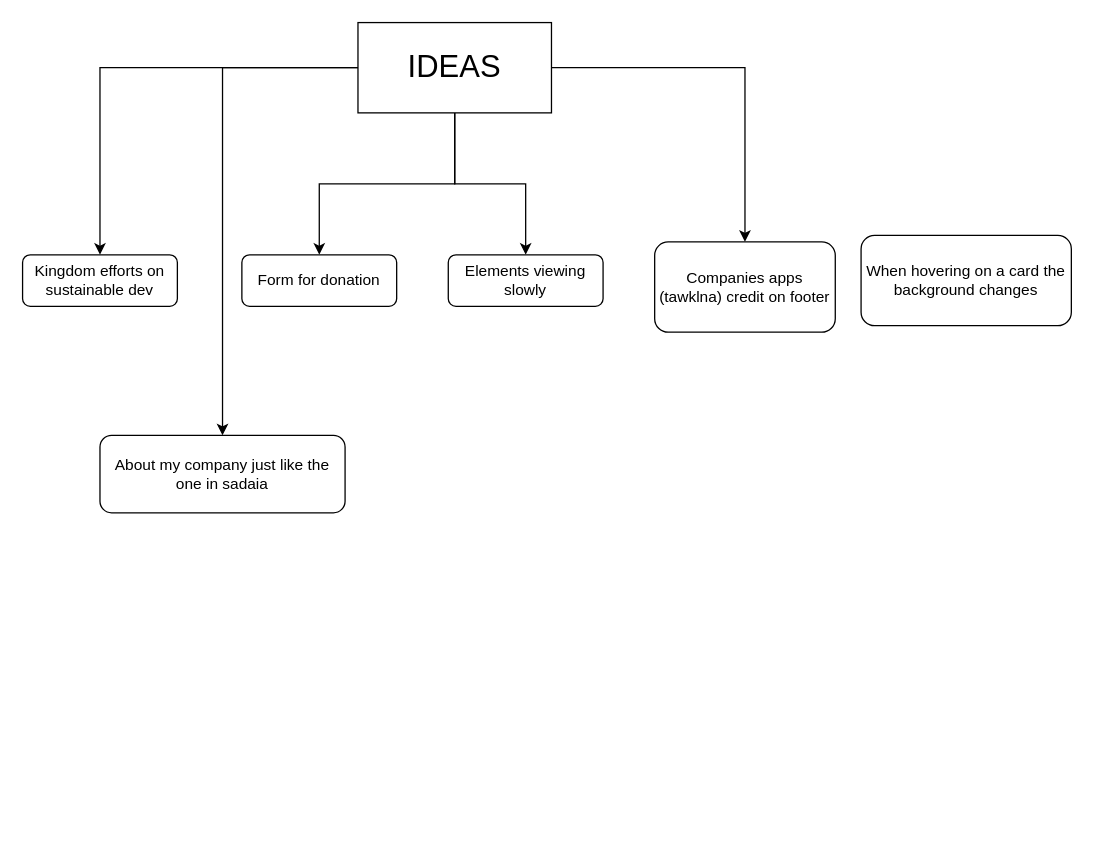
TruuV9/Sustainable-Devleopment keeps this draw.io diagram as Untitled Diagram.drawio. Above is the earlier version. Source tidied: cells renumbered, new cells numbered last; positions are measured from the earlier drawing's top-left corner, leaving out a move shared by most shapes. Both pictures are drawn from the tidied source at 129%, with x=0, y=0 at pixel (22, 22).
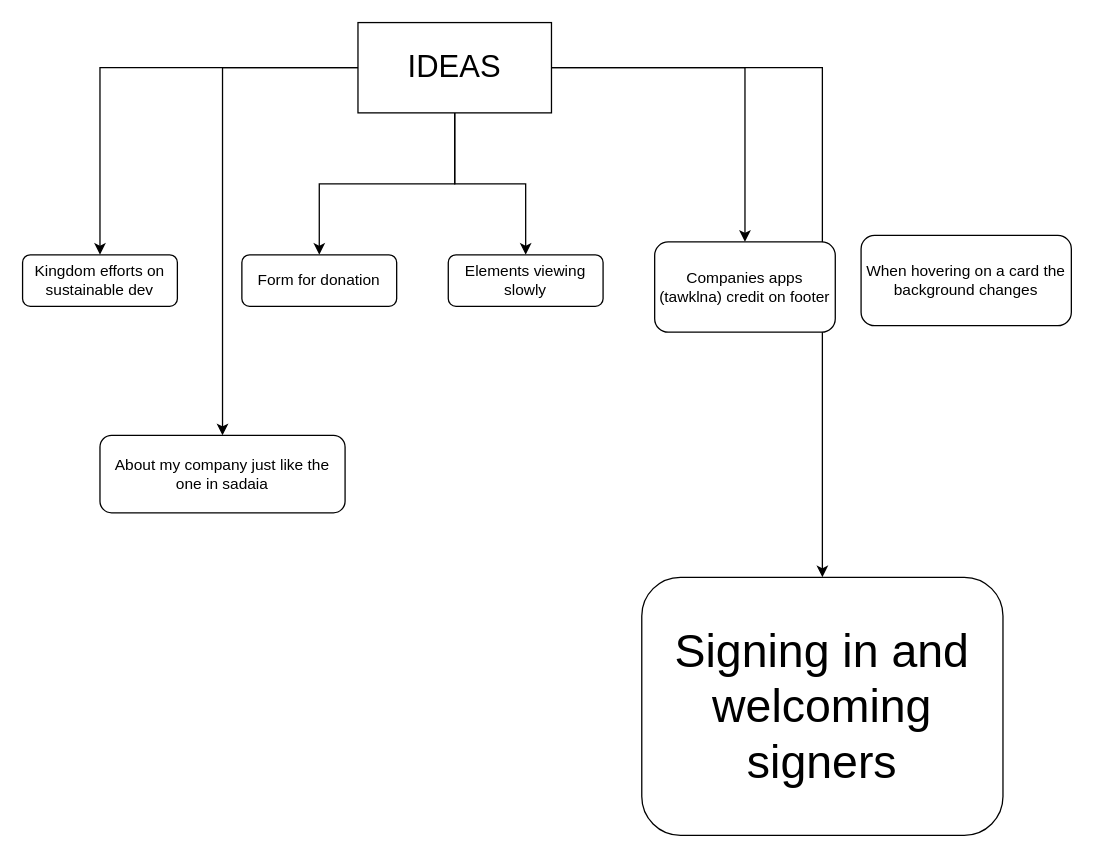
The same diagram, later.

What changed in the source:
```diff
@@
 <mxGraphModel>
   <root>
     <mxCell id="0" />
     <mxCell id="1" parent="0" />
     <mxCell id="2" style="edgeStyle=orthogonalEdgeStyle;rounded=0;jettySize=auto;html=1;entryX=0.5;entryY=0;entryDx=0;entryDy=0;" parent="1" edge="1" source="7" target="8">
       <mxGeometry relative="1" as="geometry" />
     </mxCell>
     <mxCell id="3" style="edgeStyle=orthogonalEdgeStyle;rounded=0;jettySize=auto;html=1;entryX=0.5;entryY=0;entryDx=0;entryDy=0;" parent="1" edge="1" source="7" target="9">
       <mxGeometry relative="1" as="geometry" />
     </mxCell>
     <mxCell id="4" style="edgeStyle=orthogonalEdgeStyle;rounded=0;jettySize=auto;html=1;entryX=0.5;entryY=0;entryDx=0;entryDy=0;" parent="1" edge="1" source="7" target="10">
       <mxGeometry relative="1" as="geometry" />
     </mxCell>
     <mxCell id="5" style="edgeStyle=orthogonalEdgeStyle;rounded=0;jettySize=auto;html=1;entryX=0.5;entryY=0;entryDx=0;entryDy=0;" parent="1" edge="1" source="7" target="11">
       <mxGeometry relative="1" as="geometry" />
     </mxCell>
     <mxCell id="6" style="edgeStyle=orthogonalEdgeStyle;rounded=0;jettySize=auto;html=1;entryX=0.5;entryY=0;entryDx=0;entryDy=0;" parent="1" edge="1" source="7" target="13">
       <mxGeometry relative="1" as="geometry" />
     </mxCell>
+    <mxCell id="14" style="edgeStyle=orthogonalEdgeStyle;rounded=0;jettySize=auto;html=1;entryX=0.5;entryY=0;entryDx=0;entryDy=0;" parent="1" edge="1" source="7" target="15">
+      <mxGeometry relative="1" as="geometry" />
+    </mxCell>
     <mxCell id="7" value="&lt;font style=&quot;font-size: 24px;&quot;&gt;IDEAS&lt;/font&gt;" style="rounded=0;whiteSpace=wrap;html=1;" parent="1" vertex="1">
       <mxGeometry x="260" width="150" height="70" as="geometry" />
     </mxCell>
     <mxCell id="8" value="Kingdom efforts on sustainable dev" style="rounded=1;whiteSpace=wrap;html=1;" parent="1" vertex="1">
       <mxGeometry y="180" width="120" height="40" as="geometry" />
     </mxCell>
     <mxCell id="9" value="Form for donation" style="rounded=1;whiteSpace=wrap;html=1;" parent="1" vertex="1">
       <mxGeometry x="170" y="180" width="120" height="40" as="geometry" />
     </mxCell>
     <mxCell id="10" value="Elements viewing slowly" style="rounded=1;whiteSpace=wrap;html=1;" parent="1" vertex="1">
       <mxGeometry x="330" y="180" width="120" height="40" as="geometry" />
     </mxCell>
     <mxCell id="11" value="Companies apps (tawklna) credit on footer" style="rounded=1;whiteSpace=wrap;html=1;" parent="1" vertex="1">
       <mxGeometry x="490" y="170" width="140" height="70" as="geometry" />
     </mxCell>
     <mxCell id="12" value="When hovering on a card the background changes" style="rounded=1;whiteSpace=wrap;html=1;" parent="1" vertex="1">
       <mxGeometry x="650" y="165" width="163" height="70" as="geometry" />
     </mxCell>
     <mxCell id="13" value="About my company just like the one in sadaia" style="rounded=1;whiteSpace=wrap;html=1;" parent="1" vertex="1">
       <mxGeometry x="60" y="320" width="190" height="60" as="geometry" />
     </mxCell>
+    <mxCell id="15" value="&lt;font style=&quot;font-size: 36px;&quot;&gt;Signing in and welcoming signers&lt;/font&gt;" style="rounded=1;whiteSpace=wrap;html=1;" parent="1" vertex="1">
+      <mxGeometry x="480" y="430" width="280" height="200" as="geometry" />
+    </mxCell>
   </root>
 </mxGraphModel>
```
